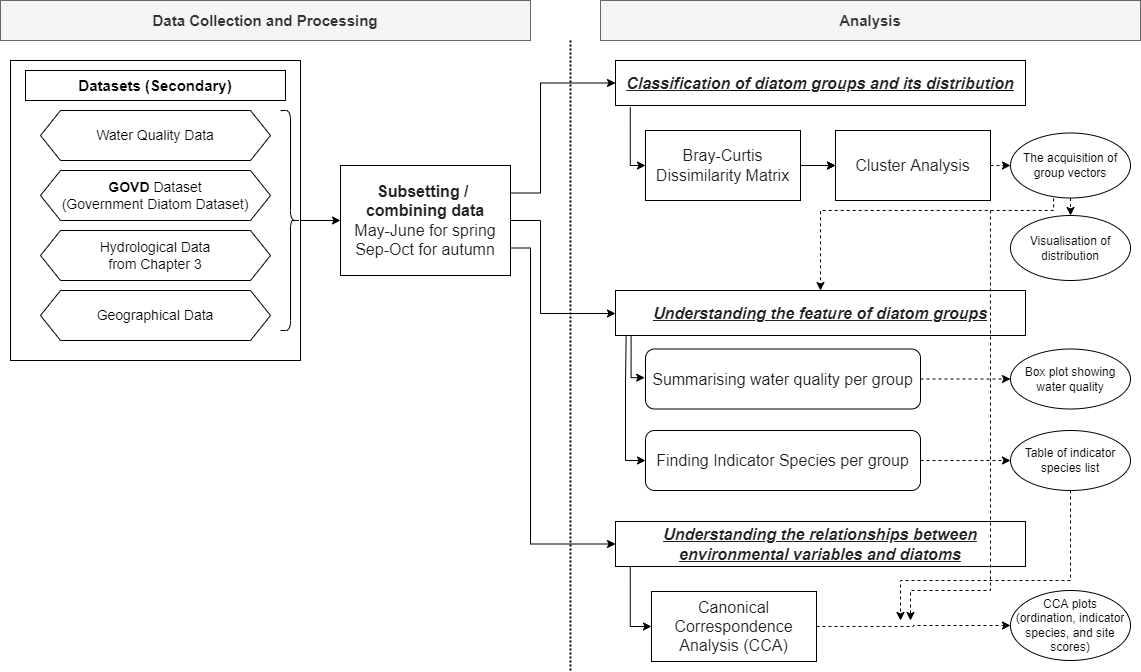
Earlier version of the draw.io export Chapter6_Flowchart.png (muyeoljung/PhD_Studyarea). Source tidied: cells renumbered, new cells last; positions are measured from the earlier drawing's top-left corner, leaving out a move shared by most shapes.
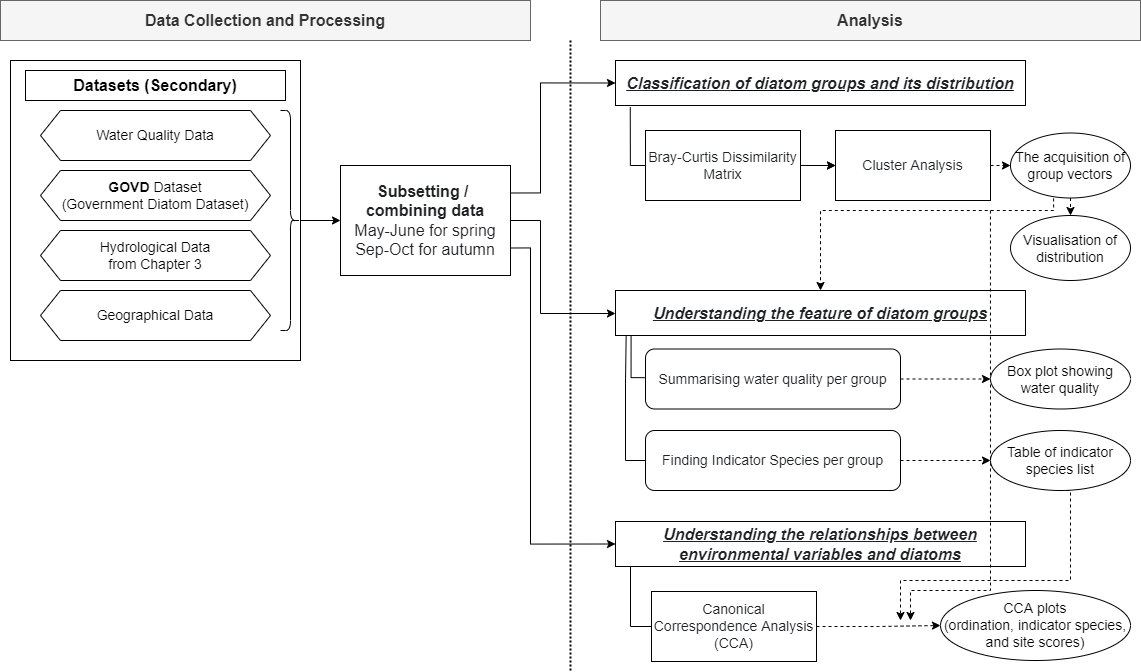
Later version of the same file.

The edit, as a diff of the source:
```diff
@@ -5,7 +5,7 @@
     <mxCell id="2" style="rounded=0;whiteSpace=wrap;html=1;" parent="1" vertex="1">
       <mxGeometry x="10" y="60" width="290" height="300" as="geometry" />
     </mxCell>
-    <mxCell id="3" value="&lt;font style=&quot;font-size: 15px&quot;&gt;Datasets (Secondary)&lt;/font&gt;" style="rounded=0;whiteSpace=wrap;html=1;fontStyle=1;" parent="1" vertex="1">
+    <mxCell id="3" value="&lt;font style=&quot;font-size: 16px&quot;&gt;Datasets (Secondary)&lt;/font&gt;" style="rounded=0;whiteSpace=wrap;html=1;fontStyle=1;" parent="1" vertex="1">
       <mxGeometry x="25" y="70" width="260" height="30" as="geometry" />
     </mxCell>
     <mxCell id="4" value="&lt;font style=&quot;font-size: 14px&quot;&gt;Water Quality Data&lt;/font&gt;" style="shape=hexagon;perimeter=hexagonPerimeter2;whiteSpace=wrap;html=1;fixedSize=1;" parent="1" vertex="1">
@@ -17,16 +17,16 @@
     <mxCell id="6" value="&lt;font style=&quot;font-size: 14px&quot;&gt;Hydrological Data&lt;br&gt;from Chapter 3&lt;br&gt;&lt;/font&gt;" style="shape=hexagon;perimeter=hexagonPerimeter2;whiteSpace=wrap;html=1;fixedSize=1;" parent="1" vertex="1">
       <mxGeometry x="40" y="230" width="230" height="50" as="geometry" />
     </mxCell>
-    <mxCell id="7" value="&lt;font style=&quot;font-size: 15px&quot;&gt;&lt;b&gt;Analysis&lt;/b&gt;&lt;/font&gt;" style="rounded=0;whiteSpace=wrap;html=1;fillColor=#f5f5f5;strokeColor=#666666;fontColor=#333333;" parent="1" vertex="1">
+    <mxCell id="7" value="&lt;font size=&quot;1&quot;&gt;&lt;b style=&quot;font-size: 16px&quot;&gt;Analysis&lt;/b&gt;&lt;/font&gt;" style="rounded=0;whiteSpace=wrap;html=1;fillColor=#f5f5f5;strokeColor=#666666;fontColor=#333333;" parent="1" vertex="1">
       <mxGeometry x="600" width="540" height="40" as="geometry" />
     </mxCell>
     <mxCell id="8" style="edgeStyle=orthogonalEdgeStyle;rounded=0;jettySize=auto;html=1;exitX=1;exitY=0.5;exitDx=0;exitDy=0;entryX=0;entryY=0.5;entryDx=0;entryDy=0;dashed=1;startArrow=none;startFill=0;endArrow=classic;endFill=1;" parent="1" edge="1" source="9" target="30">
       <mxGeometry relative="1" as="geometry" />
     </mxCell>
-    <mxCell id="9" value="&lt;font color=&quot;#202124&quot; face=&quot;apple sd gothic neo, arial, sans-serif&quot;&gt;&lt;span style=&quot;font-size: 16px ; background-color: rgb(255 , 255 , 255)&quot;&gt;Cluster Analysis&lt;/span&gt;&lt;/font&gt;" style="rounded=0;whiteSpace=wrap;html=1;" parent="1" vertex="1">
+    <mxCell id="9" value="&lt;font color=&quot;#202124&quot; face=&quot;apple sd gothic neo, arial, sans-serif&quot; size=&quot;1&quot;&gt;&lt;span style=&quot;background-color: rgb(255 , 255 , 255) ; font-size: 14px&quot;&gt;Cluster Analysis&lt;/span&gt;&lt;/font&gt;" style="rounded=0;whiteSpace=wrap;html=1;" parent="1" vertex="1">
       <mxGeometry x="835" y="130" width="155" height="70" as="geometry" />
     </mxCell>
-    <mxCell id="10" value="&lt;font style=&quot;font-size: 15px&quot;&gt;&lt;span&gt;Data Collection and Processing&lt;/span&gt;&lt;/font&gt;" style="rounded=0;whiteSpace=wrap;html=1;fillColor=#f5f5f5;strokeColor=#666666;fontColor=#333333;fontStyle=1;" parent="1" vertex="1">
+    <mxCell id="10" value="&lt;font style=&quot;font-size: 16px&quot;&gt;Data Collection and Processing&lt;/font&gt;" style="rounded=0;whiteSpace=wrap;html=1;fillColor=#f5f5f5;strokeColor=#666666;fontColor=#333333;fontStyle=1;" parent="1" vertex="1">
       <mxGeometry width="530" height="40" as="geometry" />
     </mxCell>
     <mxCell id="11" style="line;strokeWidth=2;direction=south;html=1;dashed=1;dashPattern=1 1;" parent="1" vertex="1">
@@ -35,7 +35,7 @@
     <mxCell id="12" style="edgeStyle=orthogonalEdgeStyle;rounded=0;jettySize=auto;html=1;exitX=1;exitY=0.5;exitDx=0;exitDy=0;entryX=0;entryY=0.5;entryDx=0;entryDy=0;dashed=1;startArrow=none;startFill=0;endArrow=classic;endFill=1;" parent="1" edge="1" source="14" target="41">
       <mxGeometry relative="1" as="geometry" />
     </mxCell>
-    <mxCell id="13" style="edgeStyle=orthogonalEdgeStyle;rounded=0;jettySize=auto;html=1;exitX=0;exitY=0.5;exitDx=0;exitDy=0;startArrow=classic;startFill=1;endArrow=none;endFill=0;entryX=0.036;entryY=1.012;entryDx=0;entryDy=0;entryPerimeter=0;" parent="1" edge="1" source="14" target="21">
+    <mxCell id="13" style="edgeStyle=orthogonalEdgeStyle;rounded=0;jettySize=auto;html=1;exitX=0;exitY=0.5;exitDx=0;exitDy=0;startArrow=none;startFill=0;endArrow=none;endFill=0;entryX=0.036;entryY=1.012;entryDx=0;entryDy=0;entryPerimeter=0;" parent="1" edge="1" source="14" target="21">
       <mxGeometry relative="1" as="geometry">
         <Array as="points">
           <mxPoint x="630" y="626" />
@@ -43,7 +43,7 @@
         </Array>
       </mxGeometry>
     </mxCell>
-    <mxCell id="14" value="&lt;font color=&quot;#202124&quot; face=&quot;apple sd gothic neo, arial, sans-serif&quot;&gt;&lt;span style=&quot;font-size: 16px ; background-color: rgb(255 , 255 , 255)&quot;&gt;Canonical Correspondence Analysis (CCA)&lt;/span&gt;&lt;/font&gt;" style="rounded=0;whiteSpace=wrap;html=1;align=center;" parent="1" vertex="1">
+    <mxCell id="14" value="&lt;font color=&quot;#202124&quot; face=&quot;apple sd gothic neo, arial, sans-serif&quot; size=&quot;1&quot;&gt;&lt;span style=&quot;background-color: rgb(255 , 255 , 255) ; font-size: 14px&quot;&gt;Canonical Correspondence Analysis (CCA)&lt;/span&gt;&lt;/font&gt;" style="rounded=0;whiteSpace=wrap;html=1;align=center;" parent="1" vertex="1">
       <mxGeometry x="651" y="591" width="165" height="70" as="geometry" />
     </mxCell>
     <mxCell id="15" style="edgeStyle=orthogonalEdgeStyle;rounded=0;jettySize=auto;html=1;exitX=1;exitY=0.5;exitDx=0;exitDy=0;entryX=0;entryY=0.5;entryDx=0;entryDy=0;dashed=1;" parent="1" edge="1" source="18" target="9">
@@ -52,14 +52,14 @@
     <mxCell id="16" style="edgeStyle=orthogonalEdgeStyle;rounded=0;jettySize=auto;html=1;" parent="1" edge="1" source="18" target="9">
       <mxGeometry relative="1" as="geometry" />
     </mxCell>
-    <mxCell id="17" style="edgeStyle=orthogonalEdgeStyle;rounded=0;jettySize=auto;html=1;exitX=0;exitY=0.5;exitDx=0;exitDy=0;startArrow=classic;startFill=1;endArrow=none;endFill=0;entryX=0.036;entryY=1.04;entryDx=0;entryDy=0;entryPerimeter=0;" parent="1" edge="1" source="18" target="19">
+    <mxCell id="17" style="edgeStyle=orthogonalEdgeStyle;rounded=0;jettySize=auto;html=1;exitX=0;exitY=0.5;exitDx=0;exitDy=0;startArrow=none;startFill=0;endArrow=none;endFill=0;entryX=0.036;entryY=1.04;entryDx=0;entryDy=0;entryPerimeter=0;" parent="1" edge="1" source="18" target="19">
       <mxGeometry relative="1" as="geometry">
         <Array as="points">
           <mxPoint x="630" y="165" />
         </Array>
       </mxGeometry>
     </mxCell>
-    <mxCell id="18" value="&lt;span style=&quot;color: rgb(32 , 33 , 36) ; font-family: &amp;#34;apple sd gothic neo&amp;#34; , &amp;#34;arial&amp;#34; , sans-serif ; font-size: 16px ; background-color: rgb(255 , 255 , 255)&quot;&gt;Bray-Curtis Dissimilarity Matrix&lt;/span&gt;" style="rounded=0;whiteSpace=wrap;html=1;" parent="1" vertex="1">
+    <mxCell id="18" value="&lt;span style=&quot;color: rgb(32 , 33 , 36) ; font-family: &amp;#34;apple sd gothic neo&amp;#34; , &amp;#34;arial&amp;#34; , sans-serif ; background-color: rgb(255 , 255 , 255)&quot;&gt;&lt;font style=&quot;font-size: 14px&quot;&gt;Bray-Curtis Dissimilarity Matrix&lt;/font&gt;&lt;/span&gt;" style="rounded=0;whiteSpace=wrap;html=1;" parent="1" vertex="1">
       <mxGeometry x="645" y="130" width="155" height="70" as="geometry" />
     </mxCell>
     <mxCell id="19" value="&lt;font color=&quot;#202124&quot; face=&quot;apple sd gothic neo, arial, sans-serif&quot;&gt;&lt;span style=&quot;font-size: 16px&quot;&gt;Classification&lt;/span&gt;&lt;/font&gt;&lt;span style=&quot;background-color: rgb(255 , 255 , 255) ; font-size: 16px ; color: rgb(32 , 33 , 36) ; font-family: &amp;quot;apple sd gothic neo&amp;quot; , &amp;quot;arial&amp;quot; , sans-serif&quot;&gt;&amp;nbsp;of diatom groups and its distribution&lt;/span&gt;&lt;font color=&quot;#202124&quot; face=&quot;apple sd gothic neo, arial, sans-serif&quot;&gt;&lt;span style=&quot;font-size: 16px&quot;&gt;&lt;br&gt;&lt;/span&gt;&lt;/font&gt;" style="rounded=0;whiteSpace=wrap;html=1;align=center;fontStyle=7;" parent="1" vertex="1">
@@ -122,10 +122,10 @@
         </Array>
       </mxGeometry>
     </mxCell>
-    <mxCell id="30" value="The acquisition of group vectors" style="ellipse;whiteSpace=wrap;html=1;" parent="1" vertex="1">
+    <mxCell id="30" value="&lt;font style=&quot;font-size: 14px&quot;&gt;The acquisition of group vectors&lt;/font&gt;" style="ellipse;whiteSpace=wrap;html=1;" parent="1" vertex="1">
       <mxGeometry x="1010" y="132.5" width="120" height="65" as="geometry" />
     </mxCell>
-    <mxCell id="31" value="Visualisation of distribution" style="ellipse;whiteSpace=wrap;html=1;" parent="1" vertex="1">
+    <mxCell id="31" value="&lt;font style=&quot;font-size: 14px&quot;&gt;Visualisation of distribution&lt;/font&gt;" style="ellipse;whiteSpace=wrap;html=1;" parent="1" vertex="1">
       <mxGeometry x="1010" y="215" width="120" height="65" as="geometry" />
     </mxCell>
     <mxCell id="32" style="edgeStyle=orthogonalEdgeStyle;rounded=0;jettySize=auto;html=1;exitX=0.5;exitY=1;exitDx=0;exitDy=0;startArrow=none;startFill=0;endArrow=classic;endFill=1;dashed=1;" parent="1" edge="1" source="33">
@@ -137,22 +137,22 @@
         </Array>
       </mxGeometry>
     </mxCell>
-    <mxCell id="33" value="Table of indicator species list" style="ellipse;whiteSpace=wrap;html=1;" parent="1" vertex="1">
-      <mxGeometry x="1010" y="430" width="120" height="60" as="geometry" />
+    <mxCell id="33" value="&lt;font style=&quot;font-size: 14px&quot;&gt;Table of indicator species list&lt;/font&gt;" style="ellipse;whiteSpace=wrap;html=1;" parent="1" vertex="1">
+      <mxGeometry x="990" y="430" width="140" height="60" as="geometry" />
     </mxCell>
-    <mxCell id="34" value="Box plot showing water quality" style="ellipse;whiteSpace=wrap;html=1;" parent="1" vertex="1">
-      <mxGeometry x="1010" y="348.5" width="120" height="60" as="geometry" />
+    <mxCell id="34" value="&lt;font style=&quot;font-size: 14px&quot;&gt;Box plot showing water quality&lt;/font&gt;" style="ellipse;whiteSpace=wrap;html=1;" parent="1" vertex="1">
+      <mxGeometry x="990" y="348.5" width="140" height="60" as="geometry" />
     </mxCell>
-    <mxCell id="35" style="edgeStyle=orthogonalEdgeStyle;rounded=0;jettySize=auto;html=1;exitX=0;exitY=0.5;exitDx=0;exitDy=0;entryX=0.026;entryY=0.995;entryDx=0;entryDy=0;entryPerimeter=0;startArrow=classic;startFill=1;endArrow=none;endFill=0;" parent="1" edge="1" source="37" target="20">
+    <mxCell id="35" style="edgeStyle=orthogonalEdgeStyle;rounded=0;jettySize=auto;html=1;exitX=0;exitY=0.5;exitDx=0;exitDy=0;entryX=0.026;entryY=0.995;entryDx=0;entryDy=0;entryPerimeter=0;startArrow=none;startFill=0;endArrow=none;endFill=0;" parent="1" edge="1" source="37" target="20">
       <mxGeometry relative="1" as="geometry" />
     </mxCell>
     <mxCell id="36" style="edgeStyle=orthogonalEdgeStyle;rounded=0;jettySize=auto;html=1;exitX=1;exitY=0.5;exitDx=0;exitDy=0;entryX=0;entryY=0.5;entryDx=0;entryDy=0;dashed=1;startArrow=none;startFill=0;endArrow=classic;endFill=1;" parent="1" edge="1" source="37" target="33">
       <mxGeometry relative="1" as="geometry" />
     </mxCell>
-    <mxCell id="37" value="&lt;span style=&quot;color: rgb(32 , 33 , 36) ; font-family: &amp;#34;apple sd gothic neo&amp;#34; , &amp;#34;arial&amp;#34; , sans-serif ; font-size: 16px ; background-color: rgb(255 , 255 , 255)&quot;&gt;Finding Indicator Species per group&lt;/span&gt;" style="rounded=1;whiteSpace=wrap;html=1;" parent="1" vertex="1">
-      <mxGeometry x="645" y="430" width="275" height="60" as="geometry" />
+    <mxCell id="37" value="&lt;span style=&quot;color: rgb(32 , 33 , 36) ; font-family: &amp;#34;apple sd gothic neo&amp;#34; , &amp;#34;arial&amp;#34; , sans-serif ; background-color: rgb(255 , 255 , 255)&quot;&gt;&lt;font style=&quot;font-size: 14px&quot;&gt;Finding Indicator Species per group&lt;/font&gt;&lt;/span&gt;" style="rounded=1;whiteSpace=wrap;html=1;" parent="1" vertex="1">
+      <mxGeometry x="645" y="430" width="255" height="60" as="geometry" />
     </mxCell>
-    <mxCell id="38" style="edgeStyle=orthogonalEdgeStyle;rounded=0;jettySize=auto;html=1;startArrow=classic;startFill=1;endArrow=none;endFill=0;exitX=-0.003;exitY=0.478;exitDx=0;exitDy=0;exitPerimeter=0;entryX=0.038;entryY=1.007;entryDx=0;entryDy=0;entryPerimeter=0;" parent="1" edge="1" source="40" target="20">
+    <mxCell id="38" style="edgeStyle=orthogonalEdgeStyle;rounded=0;jettySize=auto;html=1;startArrow=none;startFill=0;endArrow=none;endFill=0;exitX=-0.003;exitY=0.478;exitDx=0;exitDy=0;exitPerimeter=0;entryX=0.038;entryY=1.007;entryDx=0;entryDy=0;entryPerimeter=0;" parent="1" edge="1" source="40" target="20">
       <mxGeometry relative="1" as="geometry">
         <Array as="points">
           <mxPoint x="631" y="377" />
@@ -162,11 +162,11 @@
     <mxCell id="39" style="edgeStyle=orthogonalEdgeStyle;rounded=0;jettySize=auto;html=1;exitX=1;exitY=0.5;exitDx=0;exitDy=0;entryX=0;entryY=0.5;entryDx=0;entryDy=0;startArrow=none;startFill=0;endArrow=classic;endFill=1;dashed=1;" parent="1" edge="1" source="40" target="34">
       <mxGeometry relative="1" as="geometry" />
     </mxCell>
-    <mxCell id="40" value="&lt;span style=&quot;color: rgb(32 , 33 , 36) ; font-family: &amp;#34;apple sd gothic neo&amp;#34; , &amp;#34;arial&amp;#34; , sans-serif ; font-size: 16px ; background-color: rgb(255 , 255 , 255)&quot;&gt;Summarising water quality per group&lt;/span&gt;" style="rounded=1;whiteSpace=wrap;html=1;" parent="1" vertex="1">
-      <mxGeometry x="645" y="348.5" width="275" height="60" as="geometry" />
+    <mxCell id="40" value="&lt;span style=&quot;color: rgb(32 , 33 , 36) ; font-family: &amp;#34;apple sd gothic neo&amp;#34; , &amp;#34;arial&amp;#34; , sans-serif ; background-color: rgb(255 , 255 , 255)&quot;&gt;&lt;font style=&quot;font-size: 14px&quot;&gt;Summarising water quality per group&lt;/font&gt;&lt;/span&gt;" style="rounded=1;whiteSpace=wrap;html=1;" parent="1" vertex="1">
+      <mxGeometry x="645" y="348.5" width="255" height="60" as="geometry" />
     </mxCell>
-    <mxCell id="41" value="CCA plots&lt;br&gt;(ordination, indicator species, and site scores)" style="ellipse;whiteSpace=wrap;html=1;" parent="1" vertex="1">
-      <mxGeometry x="1010" y="590" width="120" height="70" as="geometry" />
+    <mxCell id="41" value="&lt;font style=&quot;font-size: 14px&quot;&gt;CCA plots&lt;br&gt;(ordination, indicator species, and site scores)&lt;/font&gt;" style="ellipse;whiteSpace=wrap;html=1;" parent="1" vertex="1">
+      <mxGeometry x="940" y="590" width="190" height="70" as="geometry" />
     </mxCell>
     <mxCell id="42" style="edgeStyle=orthogonalEdgeStyle;rounded=0;jettySize=auto;html=1;entryX=0;entryY=0.5;entryDx=0;entryDy=0;startArrow=none;startFill=0;endArrow=classic;endFill=1;" parent="1" edge="1" source="43" target="25">
       <mxGeometry relative="1" as="geometry" />
```
